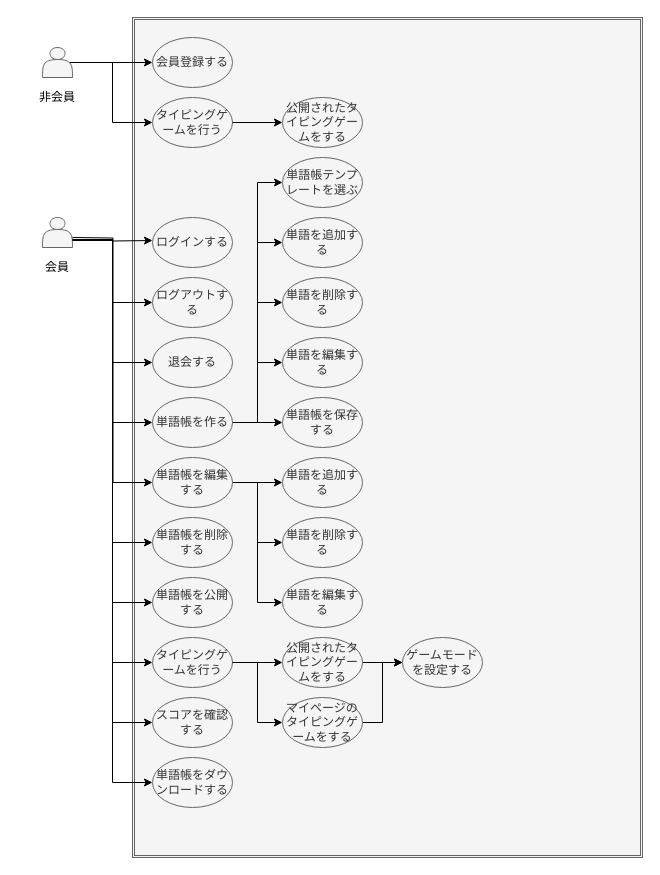
Earlier version of the draw.io diagram docs/images/usecase.drawio (rikkyrice/typing-game). Source tidied: cells renumbered, new cells numbered last; positions are measured from the earlier drawing's top-left corner, leaving out a move shared by most shapes. Both pictures are drawn from the tidied source at 100%, with x=0, y=0 at pixel (17, 17).
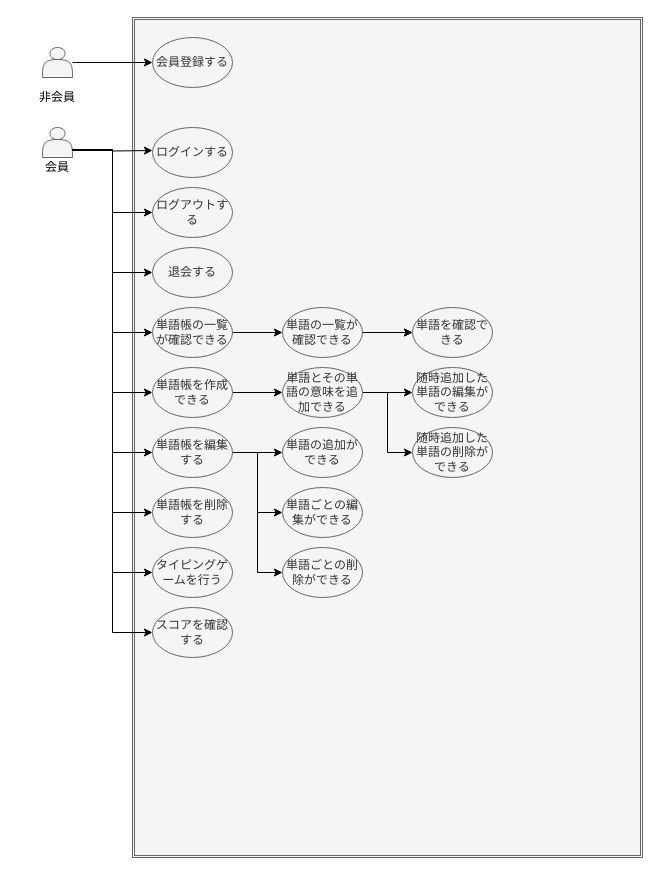
The same diagram, later.

Commit message (it also covers changes not shown here):
fix: ユースケース図を修正

The change refers to these unchanged cells:
```xml
<mxCell id="5" style="shape=actor;whiteSpace=wrap;html=1;fillColor=#f5f5f5;strokeColor=#666666;fontColor=#333333;" parent="1" vertex="1">
  <mxGeometry x="25" y="30" width="30" height="30" as="geometry" />
</mxCell>
```

The edit, as a diff of the source:
```diff
@@
-    <mxCell id="4" style="edgeStyle=orthogonalEdgeStyle;rounded=0;jettySize=auto;html=1;exitX=0.9;exitY=0.5;exitDx=0;exitDy=0;exitPerimeter=0;entryX=0;entryY=0.5;entryDx=0;entryDy=0;strokeColor=#000000;fontColor=#333333;" parent="1" edge="1" source="5" target="51">
-      <mxGeometry relative="1" as="geometry" />
-    </mxCell>
@@
-    <mxCell id="10" style="edgeStyle=orthogonalEdgeStyle;rounded=0;jettySize=auto;html=1;exitX=1;exitY=0.75;exitDx=0;exitDy=0;entryX=0;entryY=0.5;entryDx=0;entryDy=0;strokeColor=#000000;fontColor=#333333;" parent="1" edge="1" source="13" target="39">
-      <mxGeometry relative="1" as="geometry" />
-    </mxCell>
@@
-    <mxCell id="12" style="edgeStyle=orthogonalEdgeStyle;rounded=0;jettySize=auto;html=1;exitX=1;exitY=0.75;exitDx=0;exitDy=0;entryX=0;entryY=0.5;entryDx=0;entryDy=0;strokeColor=#000000;" parent="1" edge="1" source="13" target="55">
-      <mxGeometry relative="1" as="geometry" />
-    </mxCell>
     <mxCell id="13" style="shape=actor;whiteSpace=wrap;html=1;fillColor=#f5f5f5;strokeColor=#666666;fontColor=#333333;" parent="1" vertex="1">
-      <mxGeometry x="25" y="200" width="30" height="30" as="geometry" />
+      <mxGeometry x="25" y="110" width="30" height="30" as="geometry" />
     </mxCell>
     <mxCell id="14" value="&lt;font color=&quot;#000000&quot;&gt;会員&lt;/font&gt;" style="text;html=1;strokeColor=none;fillColor=none;align=center;verticalAlign=middle;whiteSpace=wrap;overflow=hidden;" parent="1" vertex="1">
-      <mxGeometry y="240" width="80" height="20" as="geometry" />
+      <mxGeometry y="140" width="80" height="20" as="geometry" />
     </mxCell>
     <mxCell id="15" value="ログインする" style="ellipse;whiteSpace=wrap;html=1;fillColor=#f5f5f5;strokeColor=#666666;fontColor=#333333;" parent="1" vertex="1">
-      <mxGeometry x="135" y="200" width="80" height="50" as="geometry" />
+      <mxGeometry x="135" y="110" width="80" height="50" as="geometry" />
     </mxCell>
     <mxCell id="16" style="edgeStyle=orthogonalEdgeStyle;rounded=0;jettySize=auto;html=1;strokeColor=#000000;exitX=1;exitY=0.75;exitDx=0;exitDy=0;" parent="1" edge="1" source="13">
       <mxGeometry relative="1" as="geometry">
-        <mxPoint x="135" y="223" as="targetPoint" />
+        <mxPoint x="135" y="133" as="targetPoint" />
       </mxGeometry>
     </mxCell>
     <mxCell id="17" value="ログアウトする" style="ellipse;whiteSpace=wrap;html=1;fillColor=#f5f5f5;strokeColor=#666666;fontColor=#333333;" parent="1" vertex="1">
-      <mxGeometry x="135" y="260" width="80" height="50" as="geometry" />
+      <mxGeometry x="135" y="170" width="80" height="50" as="geometry" />
     </mxCell>
@@
     <mxCell id="19" value="退会する" style="ellipse;whiteSpace=wrap;html=1;fillColor=#f5f5f5;strokeColor=#666666;fontColor=#333333;" parent="1" vertex="1">
-      <mxGeometry x="135" y="320" width="80" height="50" as="geometry" />
+      <mxGeometry x="135" y="230" width="80" height="50" as="geometry" />
     </mxCell>
@@
-    <mxCell id="21" style="edgeStyle=orthogonalEdgeStyle;rounded=0;jettySize=auto;html=1;strokeColor=#000000;fontColor=#333333;entryX=0;entryY=0.5;entryDx=0;entryDy=0;" parent="1" edge="1" target="32">
-      <mxGeometry relative="1" as="geometry">
-        <mxPoint x="55" y="220" as="sourcePoint" />
-      </mxGeometry>
+    <mxCell id="21" style="edgeStyle=orthogonalEdgeStyle;rounded=0;jettySize=auto;html=1;strokeColor=#000000;fontColor=#333333;entryX=0;entryY=0.5;entryDx=0;entryDy=0;exitX=1;exitY=0.75;exitDx=0;exitDy=0;" parent="1" edge="1" source="13" target="32">
+      <mxGeometry relative="1" as="geometry" />
     </mxCell>
-    <mxCell id="22" style="edgeStyle=orthogonalEdgeStyle;rounded=0;jettySize=auto;html=1;entryX=0;entryY=0.5;entryDx=0;entryDy=0;strokeColor=#000000;fontColor=#333333;" parent="1" edge="1" source="27" target="38">
-      <mxGeometry relative="1" as="geometry" />
-    </mxCell>
-    <mxCell id="23" style="edgeStyle=orthogonalEdgeStyle;rounded=0;jettySize=auto;html=1;exitX=1;exitY=0.5;exitDx=0;exitDy=0;entryX=0;entryY=0.5;entryDx=0;entryDy=0;strokeColor=#000000;fontColor=#333333;" parent="1" edge="1" source="27" target="41">
+    <mxCell id="23" style="edgeStyle=orthogonalEdgeStyle;rounded=0;jettySize=auto;html=1;exitX=1;exitY=0.5;exitDx=0;exitDy=0;entryX=0;entryY=0.5;entryDx=0;entryDy=0;strokeColor=#000000;fontColor=#333333;" parent="1" edge="1" source="58" target="41">
       <mxGeometry relative="1" as="geometry" />
     </mxCell>
@@
-    <mxCell id="25" style="edgeStyle=orthogonalEdgeStyle;rounded=0;jettySize=auto;html=1;exitX=1;exitY=0.5;exitDx=0;exitDy=0;entryX=0;entryY=0.5;entryDx=0;entryDy=0;strokeColor=#000000;fontColor=#333333;" parent="1" edge="1" source="27" target="43">
+    <mxCell id="25" style="edgeStyle=orthogonalEdgeStyle;rounded=0;jettySize=auto;html=1;exitX=1;exitY=0.5;exitDx=0;exitDy=0;entryX=0;entryY=0.5;entryDx=0;entryDy=0;strokeColor=#000000;fontColor=#333333;" parent="1" edge="1" source="42" target="43">
       <mxGeometry relative="1" as="geometry" />
     </mxCell>
-    <mxCell id="26" style="edgeStyle=orthogonalEdgeStyle;rounded=0;jettySize=auto;html=1;exitX=1;exitY=0.5;exitDx=0;exitDy=0;entryX=0;entryY=0.5;entryDx=0;entryDy=0;strokeColor=#000000;fontColor=#333333;" parent="1" edge="1" source="27" target="44">
+    <mxCell id="26" style="edgeStyle=orthogonalEdgeStyle;rounded=0;jettySize=auto;html=1;exitX=1;exitY=0.5;exitDx=0;exitDy=0;entryX=0;entryY=0.5;entryDx=0;entryDy=0;strokeColor=#000000;fontColor=#333333;" parent="1" edge="1" source="42" target="44">
       <mxGeometry relative="1" as="geometry" />
     </mxCell>
-    <mxCell id="27" value="単語帳を作る" style="ellipse;whiteSpace=wrap;html=1;fillColor=#f5f5f5;strokeColor=#666666;fontColor=#333333;" parent="1" vertex="1">
-      <mxGeometry x="135" y="380" width="80" height="50" as="geometry" />
+    <mxCell id="27" value="単語帳を作成できる" style="ellipse;whiteSpace=wrap;html=1;fillColor=#f5f5f5;strokeColor=#666666;fontColor=#333333;" parent="1" vertex="1">
+      <mxGeometry x="135" y="350" width="80" height="50" as="geometry" />
     </mxCell>
@@
     <mxCell id="32" value="単語帳を編集する" style="ellipse;whiteSpace=wrap;html=1;fillColor=#f5f5f5;strokeColor=#666666;fontColor=#333333;" parent="1" vertex="1">
-      <mxGeometry x="135" y="440" width="80" height="50" as="geometry" />
+      <mxGeometry x="135" y="410" width="80" height="50" as="geometry" />
     </mxCell>
-    <mxCell id="33" value="単語を削除する" style="ellipse;whiteSpace=wrap;html=1;fillColor=#f5f5f5;strokeColor=#666666;fontColor=#333333;" parent="1" vertex="1">
-      <mxGeometry x="265" y="500" width="80" height="50" as="geometry" />
+    <mxCell id="33" value="単語ごとの編集ができる" style="ellipse;whiteSpace=wrap;html=1;fillColor=#f5f5f5;strokeColor=#666666;fontColor=#333333;" parent="1" vertex="1">
+      <mxGeometry x="265" y="470" width="80" height="50" as="geometry" />
     </mxCell>
-    <mxCell id="34" value="単語を編集する" style="ellipse;whiteSpace=wrap;html=1;fillColor=#f5f5f5;strokeColor=#666666;fontColor=#333333;" parent="1" vertex="1">
-      <mxGeometry x="265" y="560" width="80" height="50" as="geometry" />
+    <mxCell id="34" value="単語ごとの削除ができる" style="ellipse;whiteSpace=wrap;html=1;fillColor=#f5f5f5;strokeColor=#666666;fontColor=#333333;" parent="1" vertex="1">
+      <mxGeometry x="265" y="530" width="80" height="50" as="geometry" />
     </mxCell>
     <mxCell id="35" value="単語帳を削除する" style="ellipse;whiteSpace=wrap;html=1;fillColor=#f5f5f5;strokeColor=#666666;fontColor=#333333;" parent="1" vertex="1">
-      <mxGeometry x="135" y="500" width="80" height="50" as="geometry" />
+      <mxGeometry x="135" y="470" width="80" height="50" as="geometry" />
     </mxCell>
-    <mxCell id="36" style="edgeStyle=orthogonalEdgeStyle;rounded=0;jettySize=auto;html=1;exitX=1;exitY=0.5;exitDx=0;exitDy=0;entryX=0;entryY=0.5;entryDx=0;entryDy=0;strokeColor=#000000;fontColor=#333333;" parent="1" edge="1" source="37" target="50">
-      <mxGeometry relative="1" as="geometry" />
-    </mxCell>
     <mxCell id="37" value="タイピングゲームを行う" style="ellipse;whiteSpace=wrap;html=1;fillColor=#f5f5f5;strokeColor=#666666;fontColor=#333333;" parent="1" vertex="1">
-      <mxGeometry x="135" y="620" width="80" height="50" as="geometry" />
+      <mxGeometry x="135" y="530" width="80" height="50" as="geometry" />
     </mxCell>
-    <mxCell id="38" value="単語帳を保存する" style="ellipse;whiteSpace=wrap;html=1;fillColor=#f5f5f5;strokeColor=#666666;fontColor=#333333;" parent="1" vertex="1">
-      <mxGeometry x="265" y="380" width="80" height="50" as="geometry" />
-    </mxCell>
-    <mxCell id="39" value="単語帳を公開する" style="ellipse;whiteSpace=wrap;html=1;fillColor=#f5f5f5;strokeColor=#666666;fontColor=#333333;" parent="1" vertex="1">
-      <mxGeometry x="135" y="560" width="80" height="50" as="geometry" />
-    </mxCell>
     <mxCell id="40" value="スコアを確認する" style="ellipse;whiteSpace=wrap;html=1;fillColor=#f5f5f5;strokeColor=#666666;fontColor=#333333;" parent="1" vertex="1">
-      <mxGeometry x="135" y="680" width="80" height="50" as="geometry" />
+      <mxGeometry x="135" y="590" width="80" height="50" as="geometry" />
     </mxCell>
+    <mxCell id="56" style="edgeStyle=orthogonalEdgeStyle;rounded=0;jettySize=auto;html=1;exitX=1;exitY=0.5;exitDx=0;exitDy=0;entryX=0;entryY=0.5;entryDx=0;entryDy=0;" parent="1" edge="1" source="41" target="60">
+      <mxGeometry relative="1" as="geometry" />
+    </mxCell>
+    <mxCell id="57" style="edgeStyle=orthogonalEdgeStyle;rounded=0;jettySize=auto;html=1;exitX=1;exitY=0.5;exitDx=0;exitDy=0;entryX=0;entryY=0.5;entryDx=0;entryDy=0;strokeColor=#000000;" parent="1" edge="1" source="41" target="60">
+      <mxGeometry relative="1" as="geometry" />
+    </mxCell>
-    <mxCell id="41" value="単語帳テンプレートを選ぶ" style="ellipse;whiteSpace=wrap;html=1;fillColor=#f5f5f5;strokeColor=#666666;fontColor=#333333;" parent="1" vertex="1">
-      <mxGeometry x="265" y="140" width="80" height="50" as="geometry" />
+    <mxCell id="41" value="単語の一覧が確認できる" style="ellipse;whiteSpace=wrap;html=1;fillColor=#f5f5f5;strokeColor=#666666;fontColor=#333333;" parent="1" vertex="1">
+      <mxGeometry x="265" y="290" width="80" height="50" as="geometry" />
     </mxCell>
-    <mxCell id="42" value="単語を追加する" style="ellipse;whiteSpace=wrap;html=1;fillColor=#f5f5f5;strokeColor=#666666;fontColor=#333333;" parent="1" vertex="1">
-      <mxGeometry x="265" y="200" width="80" height="50" as="geometry" />
+    <mxCell id="42" value="単語とその単語の意味を追加できる" style="ellipse;whiteSpace=wrap;html=1;fillColor=#f5f5f5;strokeColor=#666666;fontColor=#333333;" parent="1" vertex="1">
+      <mxGeometry x="265" y="350" width="80" height="50" as="geometry" />
     </mxCell>
-    <mxCell id="43" value="単語を削除する" style="ellipse;whiteSpace=wrap;html=1;fillColor=#f5f5f5;strokeColor=#666666;fontColor=#333333;" parent="1" vertex="1">
-      <mxGeometry x="265" y="260" width="80" height="50" as="geometry" />
+    <mxCell id="43" value="随時追加した単語の編集ができる" style="ellipse;whiteSpace=wrap;html=1;fillColor=#f5f5f5;strokeColor=#666666;fontColor=#333333;" parent="1" vertex="1">
+      <mxGeometry x="395" y="350" width="80" height="50" as="geometry" />
     </mxCell>
-    <mxCell id="44" value="単語を編集する" style="ellipse;whiteSpace=wrap;html=1;fillColor=#f5f5f5;strokeColor=#666666;fontColor=#333333;" parent="1" vertex="1">
-      <mxGeometry x="265" y="320" width="80" height="50" as="geometry" />
+    <mxCell id="44" value="随時追加した単語の削除ができる" style="ellipse;whiteSpace=wrap;html=1;fillColor=#f5f5f5;strokeColor=#666666;fontColor=#333333;" parent="1" vertex="1">
+      <mxGeometry x="395" y="410" width="80" height="50" as="geometry" />
     </mxCell>
-    <mxCell id="45" value="単語を追加する" style="ellipse;whiteSpace=wrap;html=1;fillColor=#f5f5f5;strokeColor=#666666;fontColor=#333333;" parent="1" vertex="1">
-      <mxGeometry x="265" y="440" width="80" height="50" as="geometry" />
+    <mxCell id="45" value="単語の追加ができる" style="ellipse;whiteSpace=wrap;html=1;fillColor=#f5f5f5;strokeColor=#666666;fontColor=#333333;" parent="1" vertex="1">
+      <mxGeometry x="265" y="410" width="80" height="50" as="geometry" />
     </mxCell>
-    <mxCell id="46" style="edgeStyle=orthogonalEdgeStyle;rounded=0;jettySize=auto;html=1;exitX=1;exitY=0.5;exitDx=0;exitDy=0;entryX=0;entryY=0.5;entryDx=0;entryDy=0;strokeColor=#000000;fontColor=#333333;" parent="1" edge="1" source="47" target="54">
-      <mxGeometry relative="1" as="geometry" />
-    </mxCell>
-    <mxCell id="47" value="公開されたタイピングゲームをする" style="ellipse;whiteSpace=wrap;html=1;fillColor=#f5f5f5;strokeColor=#666666;fontColor=#333333;" parent="1" vertex="1">
-      <mxGeometry x="265" y="620" width="80" height="50" as="geometry" />
-    </mxCell>
-    <mxCell id="48" style="edgeStyle=orthogonalEdgeStyle;rounded=0;jettySize=auto;html=1;strokeColor=#000000;fontColor=#333333;entryX=0;entryY=0.5;entryDx=0;entryDy=0;exitX=1;exitY=0.5;exitDx=0;exitDy=0;" parent="1" edge="1" source="37" target="47">
-      <mxGeometry relative="1" as="geometry" />
-    </mxCell>
-    <mxCell id="49" style="edgeStyle=orthogonalEdgeStyle;rounded=0;jettySize=auto;html=1;exitX=1;exitY=0.5;exitDx=0;exitDy=0;entryX=0;entryY=0.5;entryDx=0;entryDy=0;strokeColor=#000000;fontColor=#333333;" parent="1" edge="1" source="50" target="54">
-      <mxGeometry relative="1" as="geometry" />
-    </mxCell>
-    <mxCell id="50" value="マイページのタイピングゲームをする" style="ellipse;whiteSpace=wrap;html=1;fillColor=#f5f5f5;strokeColor=#666666;fontColor=#333333;" parent="1" vertex="1">
-      <mxGeometry x="265" y="680" width="80" height="50" as="geometry" />
-    </mxCell>
-    <mxCell id="51" value="タイピングゲームを行う" style="ellipse;whiteSpace=wrap;html=1;fillColor=#f5f5f5;strokeColor=#666666;fontColor=#333333;" parent="1" vertex="1">
-      <mxGeometry x="135" y="80" width="80" height="50" as="geometry" />
-    </mxCell>
-    <mxCell id="52" value="公開されたタイピングゲームをする" style="ellipse;whiteSpace=wrap;html=1;fillColor=#f5f5f5;strokeColor=#666666;fontColor=#333333;" parent="1" vertex="1">
-      <mxGeometry x="265" y="80" width="80" height="50" as="geometry" />
-    </mxCell>
-    <mxCell id="53" style="edgeStyle=orthogonalEdgeStyle;rounded=0;jettySize=auto;html=1;strokeColor=#000000;fontColor=#333333;entryX=0;entryY=0.5;entryDx=0;entryDy=0;exitX=1;exitY=0.5;exitDx=0;exitDy=0;" parent="1" edge="1" source="51" target="52">
-      <mxGeometry relative="1" as="geometry" />
-    </mxCell>
-    <mxCell id="54" value="ゲームモードを設定する" style="ellipse;whiteSpace=wrap;html=1;fillColor=#f5f5f5;strokeColor=#666666;fontColor=#333333;" parent="1" vertex="1">
-      <mxGeometry x="385" y="620" width="80" height="50" as="geometry" />
-    </mxCell>
-    <mxCell id="55" value="単語帳をダウンロードする" style="ellipse;whiteSpace=wrap;html=1;fillColor=#f5f5f5;strokeColor=#666666;fontColor=#333333;" parent="1" vertex="1">
-      <mxGeometry x="135" y="740" width="80" height="50" as="geometry" />
-    </mxCell>
+    <mxCell id="58" value="単語帳の一覧が確認できる" style="ellipse;whiteSpace=wrap;html=1;fillColor=#f5f5f5;strokeColor=#666666;fontColor=#333333;" parent="1" vertex="1">
+      <mxGeometry x="135" y="290" width="80" height="50" as="geometry" />
+    </mxCell>
+    <mxCell id="59" style="edgeStyle=orthogonalEdgeStyle;rounded=0;jettySize=auto;html=1;strokeColor=#000000;exitX=1;exitY=0.75;exitDx=0;exitDy=0;entryX=0;entryY=0.5;entryDx=0;entryDy=0;" parent="1" edge="1" source="13" target="58">
+      <mxGeometry relative="1" as="geometry" />
+    </mxCell>
+    <mxCell id="60" value="単語を確認できる" style="ellipse;whiteSpace=wrap;html=1;fillColor=#f5f5f5;strokeColor=#666666;fontColor=#333333;" parent="1" vertex="1">
+      <mxGeometry x="395" y="290" width="80" height="50" as="geometry" />
+    </mxCell>
```
